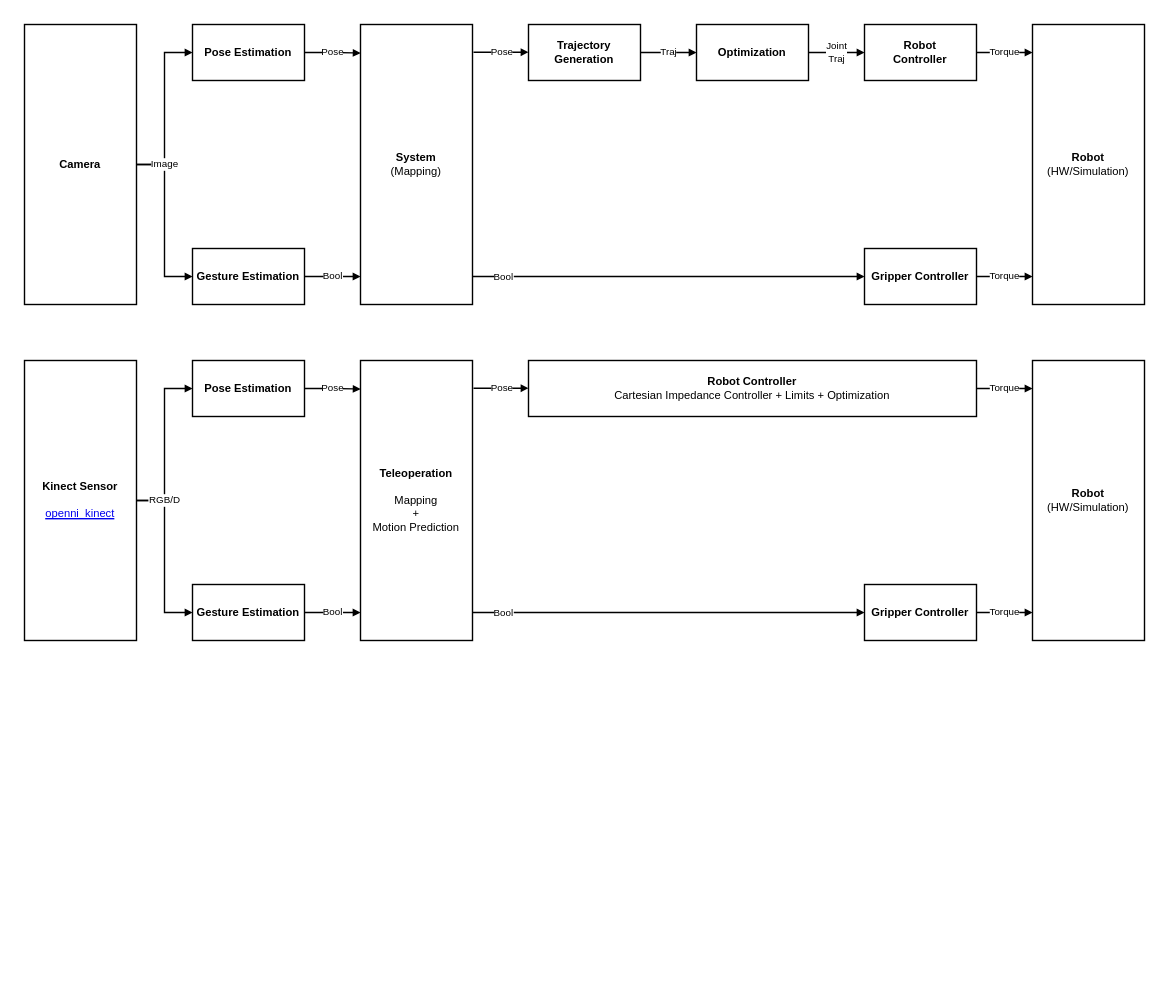
Before: teleop_grasp/assets/graphics/teleop-grasp-pipeline.drawio in teleop-grasp/teleop_grasp, a draw.io diagram. Source tidied: cells renumbered, new cells numbered last; positions are measured from the earlier drawing's top-left corner, leaving out a move shared by most shapes. Both pictures are drawn from the tidied source at 140%, with x=0, y=0 at pixel (24, 24).
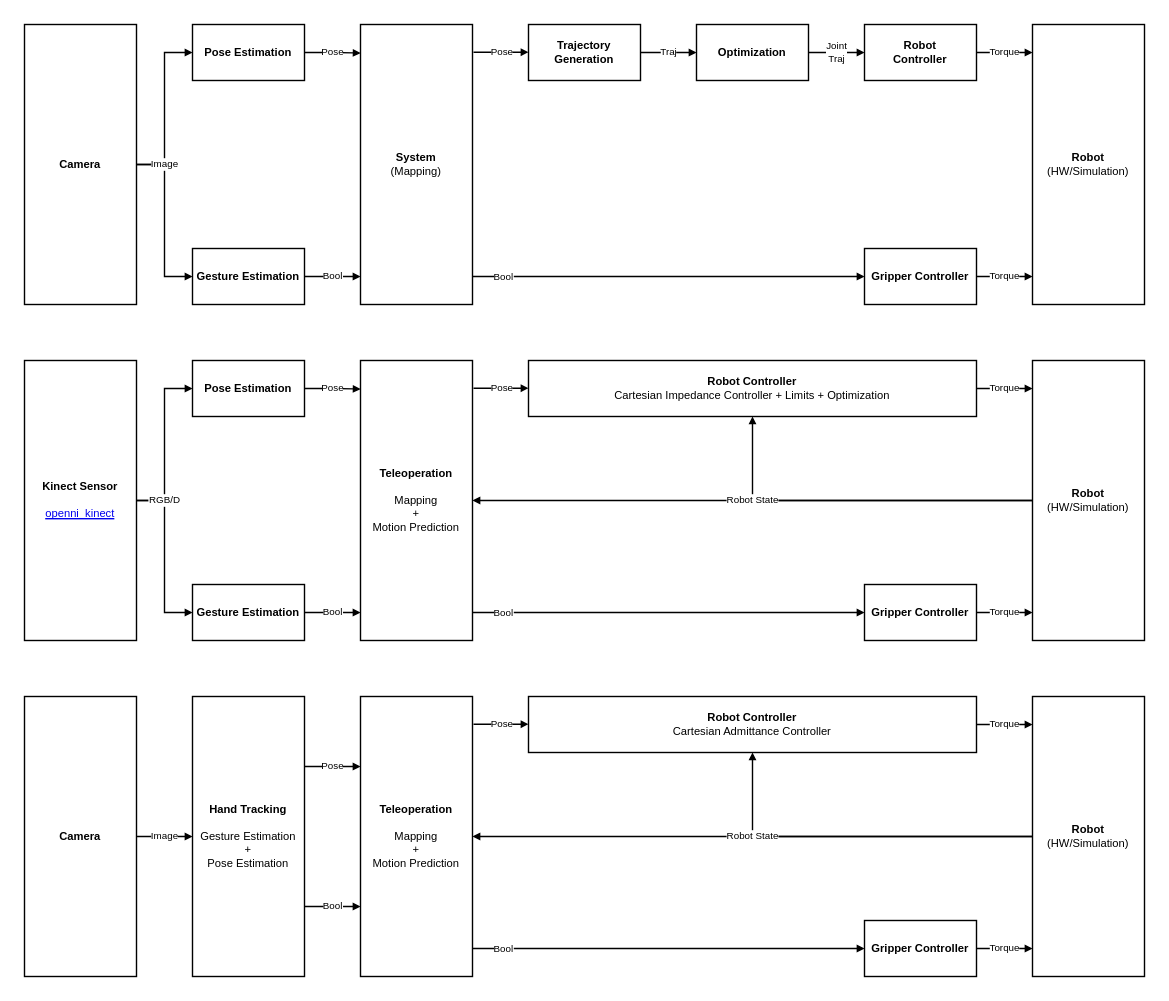
The same diagram, later.

The change refers to these unchanged cells:
```xml
<mxCell id="24" value="Teleoperation&lt;br&gt;&lt;br style=&quot;font-size: 8px&quot;&gt;&lt;span style=&quot;font-weight: normal&quot;&gt;Mapping&lt;br&gt;+&lt;br&gt;Motion Prediction&lt;/span&gt;" style="rounded=0;whiteSpace=wrap;html=1;fontSize=8;labelBackgroundColor=default;endArrow=block;startArrow=none;startFill=0;endFill=1;endSize=3;fontStyle=1;strokeWidth=1;" parent="1" vertex="1">
  <mxGeometry x="240" y="240" width="80" height="200" as="geometry" />
</mxCell>
<mxCell id="31" value="Robot Controller&lt;br&gt;&lt;span style=&quot;font-weight: normal&quot;&gt;Cartesian Impedance Controller + Limits + Optimization&lt;/span&gt;" style="rounded=0;whiteSpace=wrap;html=1;fontSize=8;labelBackgroundColor=default;endArrow=block;startArrow=none;startFill=0;endFill=1;endSize=3;fontStyle=1;strokeWidth=1;" parent="1" vertex="1">
  <mxGeometry x="360" y="240" width="320" height="40" as="geometry" />
</mxCell>
<mxCell id="35" value="Robot&lt;br&gt;&lt;span style=&quot;font-weight: normal&quot;&gt;(HW/Simulation)&lt;/span&gt;" style="rounded=0;whiteSpace=wrap;html=1;fontSize=8;labelBackgroundColor=default;endArrow=block;startArrow=none;startFill=0;endFill=1;endSize=3;fontStyle=1;strokeWidth=1;" parent="1" vertex="1">
  <mxGeometry x="720" y="240" width="80" height="200" as="geometry" />
</mxCell>
```

Change to the diagram source:
```diff
@@
+    <mxCell id="39" style="edgeStyle=orthogonalEdgeStyle;rounded=0;jettySize=auto;html=1;fontSize=7;endArrow=block;startArrow=none;startFill=0;endFill=1;endSize=3;strokeWidth=1;exitX=0;exitY=0.5;exitDx=0;exitDy=0;entryX=0.5;entryY=1;entryDx=0;entryDy=0;" parent="1" edge="1" source="35" target="31">
+      <mxGeometry relative="1" as="geometry" />
+    </mxCell>
+    <mxCell id="40" value="Robot State" style="edgeStyle=orthogonalEdgeStyle;rounded=0;jettySize=auto;html=1;fontSize=7;endArrow=block;startArrow=none;startFill=0;endFill=1;endSize=3;strokeWidth=1;exitX=0;exitY=0.5;exitDx=0;exitDy=0;entryX=1;entryY=0.5;entryDx=0;entryDy=0;" parent="1" edge="1" source="35" target="24">
+      <mxGeometry relative="1" as="geometry" />
+    </mxCell>
+    <mxCell id="41" value="Camera" style="rounded=0;whiteSpace=wrap;html=1;fontSize=8;labelBackgroundColor=default;endArrow=block;startArrow=none;startFill=0;endFill=1;endSize=3;fontStyle=1;strokeWidth=1;" parent="1" vertex="1">
+      <mxGeometry y="480" width="80" height="200" as="geometry" />
+    </mxCell>
+    <mxCell id="42" value="Hand Tracking&lt;br&gt;&lt;br&gt;&lt;span style=&quot;font-weight: normal&quot;&gt;Gesture Estimation&lt;br&gt;+&lt;br&gt;Pose Estimation&lt;/span&gt;" style="rounded=0;whiteSpace=wrap;html=1;fontSize=8;labelBackgroundColor=default;endArrow=block;startArrow=none;startFill=0;endFill=1;endSize=3;fontStyle=1;strokeWidth=1;" parent="1" vertex="1">
+      <mxGeometry x="120" y="480" width="80" height="200" as="geometry" />
+    </mxCell>
+    <mxCell id="43" value="Teleoperation&lt;br&gt;&lt;br style=&quot;font-size: 8px&quot;&gt;&lt;span style=&quot;font-weight: normal&quot;&gt;Mapping&lt;br&gt;+&lt;br&gt;Motion Prediction&lt;/span&gt;" style="rounded=0;whiteSpace=wrap;html=1;fontSize=8;labelBackgroundColor=default;endArrow=block;startArrow=none;startFill=0;endFill=1;endSize=3;fontStyle=1;strokeWidth=1;" parent="1" vertex="1">
+      <mxGeometry x="240" y="480" width="80" height="200" as="geometry" />
+    </mxCell>
+    <mxCell id="44" value="Pose" style="edgeStyle=orthogonalEdgeStyle;rounded=0;jettySize=auto;html=1;fontSize=7;startArrow=none;startFill=0;endArrow=block;endFill=1;strokeWidth=1;endSize=3;exitX=1;exitY=0.25;exitDx=0;exitDy=0;entryX=0;entryY=0.25;entryDx=0;entryDy=0;" parent="1" edge="1" source="42" target="43">
+      <mxGeometry relative="1" as="geometry" />
+    </mxCell>
+    <mxCell id="45" value="Pose" style="edgeStyle=orthogonalEdgeStyle;rounded=0;jettySize=auto;html=1;fontSize=7;endArrow=block;startArrow=none;startFill=0;endFill=1;endSize=3;entryX=0;entryY=0.5;entryDx=0;entryDy=0;exitX=1.009;exitY=0.099;exitDx=0;exitDy=0;exitPerimeter=0;spacing=2;strokeWidth=1;" parent="1" edge="1" source="43">
+      <mxGeometry relative="1" as="geometry">
+        <mxPoint x="360" y="500" as="targetPoint" />
+      </mxGeometry>
+    </mxCell>
+    <mxCell id="46" value="Bool" style="edgeStyle=orthogonalEdgeStyle;rounded=0;jettySize=auto;html=1;fontSize=7;startArrow=none;startFill=0;endArrow=block;endFill=1;entryX=0;entryY=0.75;entryDx=0;entryDy=0;endSize=3;strokeWidth=1;exitX=1;exitY=0.75;exitDx=0;exitDy=0;" parent="1" edge="1" source="42" target="43">
+      <mxGeometry relative="1" as="geometry" />
+    </mxCell>
+    <mxCell id="47" value="Robot Controller&lt;br&gt;&lt;span style=&quot;font-weight: normal&quot;&gt;Cartesian Admittance Controller&lt;/span&gt;" style="rounded=0;whiteSpace=wrap;html=1;fontSize=8;labelBackgroundColor=default;endArrow=block;startArrow=none;startFill=0;endFill=1;endSize=3;fontStyle=1;strokeWidth=1;" parent="1" vertex="1">
+      <mxGeometry x="360" y="480" width="320" height="40" as="geometry" />
+    </mxCell>
+    <mxCell id="48" value="Gripper Controller" style="rounded=0;whiteSpace=wrap;html=1;fontSize=8;labelBackgroundColor=default;endArrow=block;startArrow=none;startFill=0;endFill=1;endSize=3;fontStyle=1;strokeWidth=1;" parent="1" vertex="1">
+      <mxGeometry x="600" y="640" width="80" height="40" as="geometry" />
+    </mxCell>
+    <mxCell id="49" style="edgeStyle=orthogonalEdgeStyle;rounded=0;jettySize=auto;html=1;entryX=0;entryY=0.5;entryDx=0;entryDy=0;fontSize=7;startArrow=none;startFill=0;endArrow=block;endFill=1;endSize=3;strokeWidth=1;spacing=2;" parent="1" edge="1" source="43" target="48">
+      <mxGeometry relative="1" as="geometry">
+        <Array as="points">
+          <mxPoint x="350" y="660" />
+          <mxPoint x="350" y="660" />
+        </Array>
+      </mxGeometry>
+    </mxCell>
+    <mxCell id="50" value="Bool&lt;br style=&quot;font-size: 7px;&quot;&gt;" style="edgeLabel;html=1;align=center;verticalAlign=middle;fontSize=7;" parent="49" vertex="1">
+      <mxGeometry x="-0.06" y="1" relative="1" as="geometry">
+        <mxPoint x="-111" y="1" as="offset" />
+      </mxGeometry>
+    </mxCell>
+    <mxCell id="51" value="Robot&lt;br&gt;&lt;span style=&quot;font-weight: normal&quot;&gt;(HW/Simulation)&lt;/span&gt;" style="rounded=0;whiteSpace=wrap;html=1;fontSize=8;labelBackgroundColor=default;endArrow=block;startArrow=none;startFill=0;endFill=1;endSize=3;fontStyle=1;strokeWidth=1;" parent="1" vertex="1">
+      <mxGeometry x="720" y="480" width="80" height="200" as="geometry" />
+    </mxCell>
+    <mxCell id="52" value="Torque" style="edgeStyle=orthogonalEdgeStyle;rounded=0;jettySize=auto;html=1;fontSize=7;endArrow=block;startArrow=none;startFill=0;endFill=1;endSize=3;entryX=0;entryY=0.1;entryDx=0;entryDy=0;entryPerimeter=0;strokeWidth=1;" parent="1" edge="1" source="47" target="51">
+      <mxGeometry relative="1" as="geometry" />
+    </mxCell>
+    <mxCell id="53" value="Torque" style="edgeStyle=orthogonalEdgeStyle;rounded=0;jettySize=auto;html=1;fontSize=7;endArrow=block;startArrow=none;startFill=0;endFill=1;endSize=3;strokeWidth=1;" parent="1" edge="1" source="48" target="51">
+      <mxGeometry relative="1" as="geometry">
+        <Array as="points">
+          <mxPoint x="710" y="660" />
+          <mxPoint x="710" y="660" />
+        </Array>
+      </mxGeometry>
+    </mxCell>
+    <mxCell id="54" value="Image" style="edgeStyle=orthogonalEdgeStyle;rounded=0;jettySize=auto;html=1;fontSize=7;exitX=1;exitY=0.5;exitDx=0;exitDy=0;endArrow=block;startArrow=none;startFill=0;endFill=1;endSize=3;strokeWidth=1;" parent="1" edge="1" source="41">
+      <mxGeometry relative="1" as="geometry">
+        <mxPoint x="120" y="580" as="targetPoint" />
+      </mxGeometry>
+    </mxCell>
+    <mxCell id="55" style="edgeStyle=orthogonalEdgeStyle;rounded=0;jettySize=auto;html=1;fontSize=7;endArrow=block;startArrow=none;startFill=0;endFill=1;endSize=3;strokeWidth=1;exitX=0;exitY=0.5;exitDx=0;exitDy=0;entryX=0.5;entryY=1;entryDx=0;entryDy=0;" parent="1" edge="1" source="51" target="47">
+      <mxGeometry relative="1" as="geometry" />
+    </mxCell>
+    <mxCell id="56" value="Robot State" style="edgeStyle=orthogonalEdgeStyle;rounded=0;jettySize=auto;html=1;fontSize=7;endArrow=block;startArrow=none;startFill=0;endFill=1;endSize=3;strokeWidth=1;exitX=0;exitY=0.5;exitDx=0;exitDy=0;entryX=1;entryY=0.5;entryDx=0;entryDy=0;" parent="1" edge="1" source="51" target="43">
+      <mxGeometry relative="1" as="geometry" />
+    </mxCell>
```
